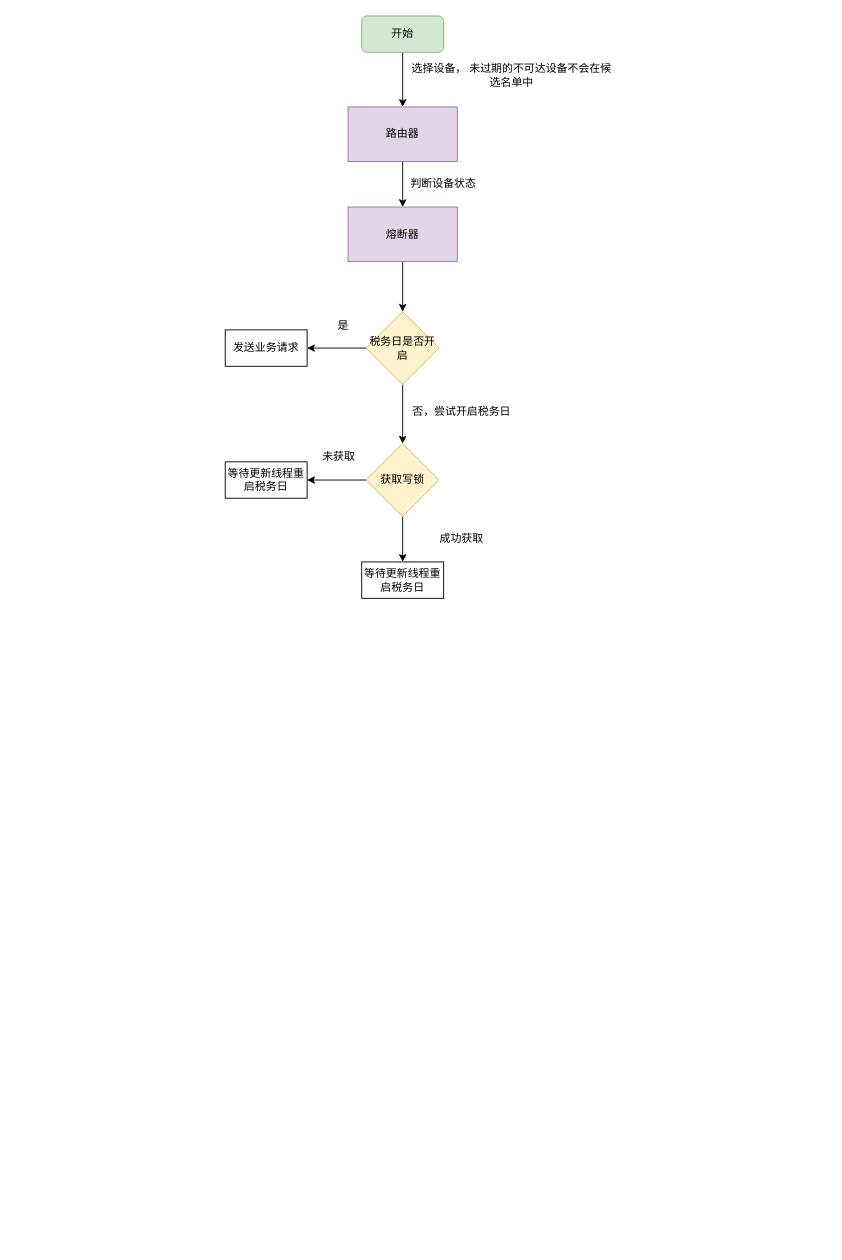
atmrrr/drawio2 keeps this draw.io diagram as 税务合规并发修改流程图.drawio. Above is the earlier version. Source tidied: cells renumbered, new cells numbered last; positions are measured from the earlier drawing's top-left corner, leaving out a move shared by most shapes. Both pictures are drawn from the tidied source at 91%, with x=0, y=0 at pixel (225, 15).
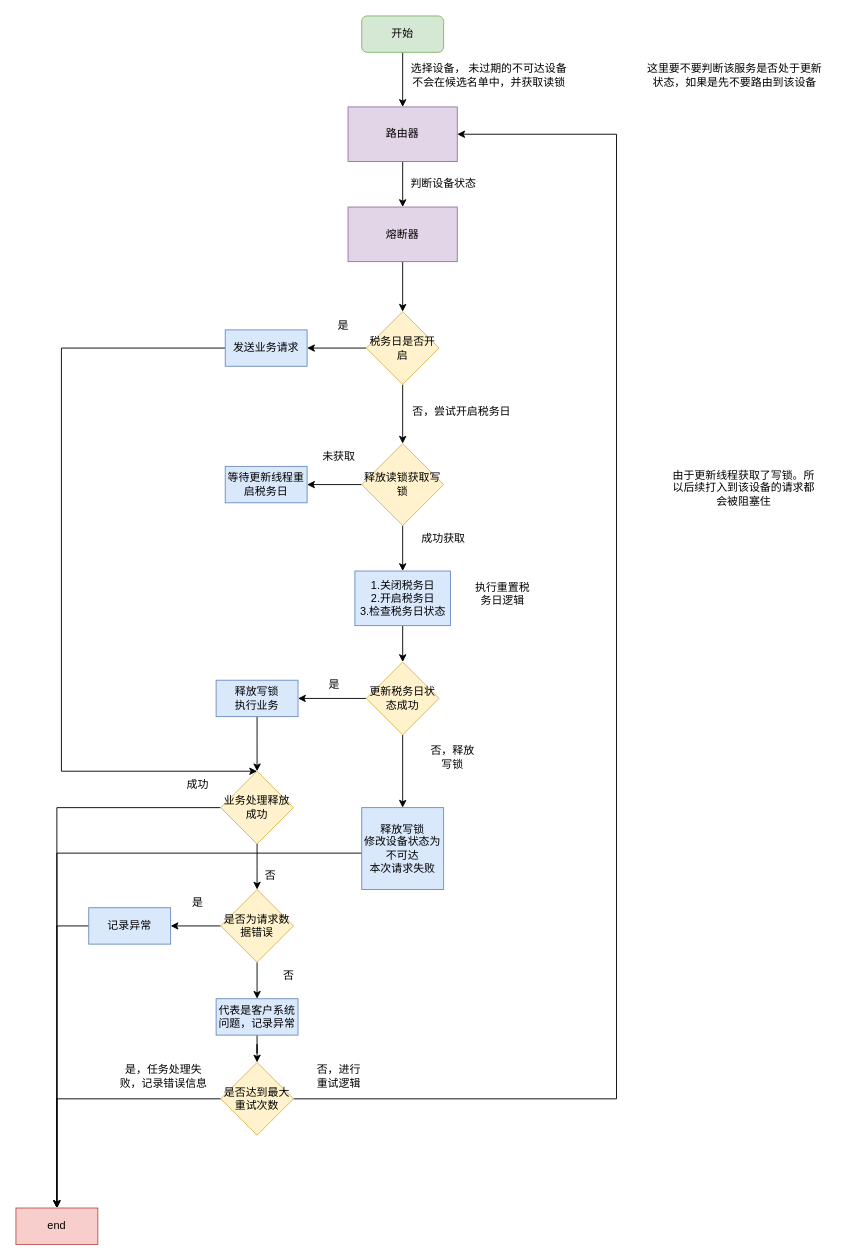
The same page after the edit.

Commit message:
更新税务合规并发修改流程图.drawio

The change refers to these unchanged cells:
```xml
<mxCell id="5" value="路由器" style="rounded=0;whiteSpace=wrap;html=1;fillColor=#e1d5e7;strokeColor=#9673a6;" parent="1" vertex="1">
  <mxGeometry x="135" y="100" width="120" height="60" as="geometry" />
</mxCell>
```

Change to the diagram source:
```diff
@@
-    <mxCell id="6" value="选择设备， 未过期的不可达设备不会在候选名单中" style="text;html=1;whiteSpace=wrap;strokeColor=none;fillColor=none;align=center;verticalAlign=middle;rounded=0;" parent="1" vertex="1">
-      <mxGeometry x="200" y="50" width="230" height="30" as="geometry" />
+    <mxCell id="6" value="选择设备， 未过期的不可达设备不会在候选名单中，并获取读锁" style="text;html=1;whiteSpace=wrap;strokeColor=none;fillColor=none;align=center;verticalAlign=middle;rounded=0;" parent="1" vertex="1">
+      <mxGeometry x="200" y="50" width="180" height="30" as="geometry" />
     </mxCell>
@@
+    <mxCell id="23" style="edgeStyle=orthogonalEdgeStyle;rounded=0;jettySize=auto;html=1;entryX=0.5;entryY=0;entryDx=0;entryDy=0;" parent="1" edge="1" source="14" target="41">
+      <mxGeometry relative="1" as="geometry">
+        <Array as="points">
+          <mxPoint x="-180" y="365" />
+          <mxPoint x="-180" y="830" />
+        </Array>
+      </mxGeometry>
+    </mxCell>
-    <mxCell id="14" value="发送业务请求" style="rounded=0;whiteSpace=wrap;html=1;" parent="1" vertex="1">
+    <mxCell id="14" value="发送业务请求" style="rounded=0;whiteSpace=wrap;html=1;fillColor=#dae8fc;strokeColor=#6c8ebf;" parent="1" vertex="1">
       <mxGeometry y="345" width="90" height="40" as="geometry" />
     </mxCell>
@@
-    <mxCell id="17" style="edgeStyle=orthogonalEdgeStyle;rounded=0;jettySize=auto;html=1;" parent="1" edge="1" source="18" target="21">
-      <mxGeometry relative="1" as="geometry" />
-    </mxCell>
+    <mxCell id="24" style="edgeStyle=orthogonalEdgeStyle;rounded=0;jettySize=auto;html=1;" parent="1" edge="1" source="18" target="26">
+      <mxGeometry relative="1" as="geometry" />
+    </mxCell>
-    <mxCell id="18" value="获取写锁" style="rhombus;whiteSpace=wrap;html=1;shapeInside=1;fillColor=#fff2cc;strokeColor=#d6b656;" parent="1" vertex="1">
-      <mxGeometry x="155" y="470" width="80" height="80" as="geometry" />
+    <mxCell id="18" value="释放读锁获取写锁" style="rhombus;whiteSpace=wrap;html=1;shapeInside=1;fillColor=#fff2cc;strokeColor=#d6b656;" parent="1" vertex="1">
+      <mxGeometry x="150" y="470" width="90" height="90" as="geometry" />
     </mxCell>
-    <mxCell id="19" value="等待更新线程重启税务日" style="rounded=0;whiteSpace=wrap;html=1;" parent="1" vertex="1">
-      <mxGeometry y="490" width="90" height="40" as="geometry" />
+    <mxCell id="19" value="等待更新线程重启税务日" style="rounded=0;whiteSpace=wrap;html=1;fillColor=#dae8fc;strokeColor=#6c8ebf;" parent="1" vertex="1">
+      <mxGeometry y="495" width="90" height="40" as="geometry" />
     </mxCell>
@@
-    <mxCell id="21" value="等待更新线程重启税务日" style="rounded=0;whiteSpace=wrap;html=1;" parent="1" vertex="1">
-      <mxGeometry x="150" y="600" width="90" height="40" as="geometry" />
-    </mxCell>
     <mxCell id="22" value="成功获取" style="text;html=1;whiteSpace=wrap;strokeColor=none;fillColor=none;align=center;verticalAlign=middle;rounded=0;" parent="1" vertex="1">
-      <mxGeometry x="230" y="560" width="60" height="30" as="geometry" />
+      <mxGeometry x="210" y="560" width="60" height="30" as="geometry" />
     </mxCell>
+    <mxCell id="25" style="edgeStyle=orthogonalEdgeStyle;rounded=0;jettySize=auto;html=1;" parent="1" edge="1" source="26" target="32">
+      <mxGeometry relative="1" as="geometry" />
+    </mxCell>
+    <mxCell id="26" value="1.关闭税务日&lt;div&gt;2.开启税务日&lt;/div&gt;&lt;div&gt;3.检查税务日状态&lt;/div&gt;" style="rounded=0;whiteSpace=wrap;html=1;fillColor=#dae8fc;strokeColor=#6c8ebf;" parent="1" vertex="1">
+      <mxGeometry x="142.5" y="610" width="105" height="60" as="geometry" />
+    </mxCell>
+    <mxCell id="27" value="执行重置税务日逻辑" style="text;html=1;whiteSpace=wrap;strokeColor=none;fillColor=none;align=center;verticalAlign=middle;rounded=0;" parent="1" vertex="1">
+      <mxGeometry x="270" y="620" width="70" height="30" as="geometry" />
+    </mxCell>
+    <mxCell id="28" value="由于更新线程获取了写锁。所以后续打入到该设备的请求都会被阻塞住" style="text;html=1;whiteSpace=wrap;strokeColor=none;fillColor=none;align=center;verticalAlign=middle;rounded=0;" parent="1" vertex="1">
+      <mxGeometry x="490" y="495" width="160" height="47.5" as="geometry" />
+    </mxCell>
+    <mxCell id="29" value="这里要不要判断该服务是否处于更新状态，如果是先不要路由到该设备" style="text;html=1;whiteSpace=wrap;strokeColor=none;fillColor=none;align=center;verticalAlign=middle;rounded=0;" parent="1" vertex="1">
+      <mxGeometry x="460" y="50" width="200" height="30" as="geometry" />
+    </mxCell>
+    <mxCell id="30" style="edgeStyle=orthogonalEdgeStyle;rounded=0;jettySize=auto;html=1;" parent="1" edge="1" source="32" target="34">
+      <mxGeometry relative="1" as="geometry" />
+    </mxCell>
+    <mxCell id="31" style="edgeStyle=orthogonalEdgeStyle;rounded=0;jettySize=auto;html=1;" parent="1" edge="1" source="32" target="37">
+      <mxGeometry relative="1" as="geometry" />
+    </mxCell>
+    <mxCell id="32" value="更新税务日状态成功" style="rhombus;whiteSpace=wrap;html=1;shapeInside=1;fillColor=#fff2cc;strokeColor=#d6b656;" parent="1" vertex="1">
+      <mxGeometry x="155" y="710" width="80" height="80" as="geometry" />
+    </mxCell>
+    <mxCell id="33" style="edgeStyle=orthogonalEdgeStyle;rounded=0;jettySize=auto;html=1;" parent="1" edge="1" source="34">
+      <mxGeometry relative="1" as="geometry">
+        <mxPoint x="35" y="830" as="targetPoint" />
+      </mxGeometry>
+    </mxCell>
+    <mxCell id="34" value="释放写锁&lt;div&gt;执行业务&lt;/div&gt;" style="rounded=0;whiteSpace=wrap;html=1;fillColor=#dae8fc;strokeColor=#6c8ebf;" parent="1" vertex="1">
+      <mxGeometry x="-10" y="730" width="90" height="40" as="geometry" />
+    </mxCell>
+    <mxCell id="35" value="是" style="text;html=1;whiteSpace=wrap;strokeColor=none;fillColor=none;align=center;verticalAlign=middle;rounded=0;" parent="1" vertex="1">
+      <mxGeometry x="90" y="720" width="60" height="30" as="geometry" />
+    </mxCell>
+    <mxCell id="36" style="edgeStyle=orthogonalEdgeStyle;rounded=0;jettySize=auto;html=1;entryX=0.5;entryY=0;entryDx=0;entryDy=0;" parent="1" edge="1" source="37" target="50">
+      <mxGeometry relative="1" as="geometry">
+        <Array as="points">
+          <mxPoint x="-185" y="920" />
+        </Array>
+      </mxGeometry>
+    </mxCell>
+    <mxCell id="37" value="释放写锁&lt;div&gt;修改设备状态为不可达&lt;/div&gt;&lt;div&gt;本次请求失败&lt;/div&gt;" style="rounded=0;whiteSpace=wrap;html=1;fillColor=#dae8fc;strokeColor=#6c8ebf;" parent="1" vertex="1">
+      <mxGeometry x="150" y="870" width="90" height="90" as="geometry" />
+    </mxCell>
+    <mxCell id="38" value="否，释放写锁" style="text;html=1;whiteSpace=wrap;strokeColor=none;fillColor=none;align=center;verticalAlign=middle;rounded=0;" parent="1" vertex="1">
+      <mxGeometry x="220" y="800" width="60" height="30" as="geometry" />
+    </mxCell>
+    <mxCell id="39" style="edgeStyle=orthogonalEdgeStyle;rounded=0;jettySize=auto;html=1;entryX=0.5;entryY=0;entryDx=0;entryDy=0;" parent="1" edge="1" source="41" target="50">
+      <mxGeometry relative="1" as="geometry" />
+    </mxCell>
+    <mxCell id="40" style="edgeStyle=orthogonalEdgeStyle;rounded=0;jettySize=auto;html=1;" parent="1" edge="1" source="41">
+      <mxGeometry relative="1" as="geometry">
+        <mxPoint x="35" y="960" as="targetPoint" />
+      </mxGeometry>
+    </mxCell>
+    <mxCell id="41" value="业务处理释放成功" style="rhombus;whiteSpace=wrap;html=1;shapeInside=1;fillColor=#fff2cc;strokeColor=#d6b656;" parent="1" vertex="1">
+      <mxGeometry x="-5" y="830" width="80" height="80" as="geometry" />
+    </mxCell>
+    <mxCell id="42" value="成功" style="text;html=1;whiteSpace=wrap;strokeColor=none;fillColor=none;align=center;verticalAlign=middle;rounded=0;" parent="1" vertex="1">
+      <mxGeometry x="-60" y="830" width="60" height="30" as="geometry" />
+    </mxCell>
+    <mxCell id="43" value="否" style="text;html=1;whiteSpace=wrap;strokeColor=none;fillColor=none;align=center;verticalAlign=middle;rounded=0;" parent="1" vertex="1">
+      <mxGeometry x="20" y="930" width="60" height="30" as="geometry" />
+    </mxCell>
+    <mxCell id="44" style="edgeStyle=orthogonalEdgeStyle;rounded=0;jettySize=auto;html=1;" parent="1" edge="1" source="46" target="48">
+      <mxGeometry relative="1" as="geometry" />
+    </mxCell>
+    <mxCell id="45" style="edgeStyle=orthogonalEdgeStyle;rounded=0;jettySize=auto;html=1;" parent="1" edge="1" source="46" target="52">
+      <mxGeometry relative="1" as="geometry" />
+    </mxCell>
+    <mxCell id="46" value="是否为请求数据错误" style="rhombus;whiteSpace=wrap;html=1;shapeInside=1;fillColor=#fff2cc;strokeColor=#d6b656;" parent="1" vertex="1">
+      <mxGeometry x="-5" y="960" width="80" height="80" as="geometry" />
+    </mxCell>
+    <mxCell id="47" style="edgeStyle=orthogonalEdgeStyle;rounded=0;jettySize=auto;html=1;entryX=0.5;entryY=0;entryDx=0;entryDy=0;" parent="1" edge="1" source="48" target="50">
+      <mxGeometry relative="1" as="geometry">
+        <Array as="points">
+          <mxPoint x="-185" y="1000" />
+        </Array>
+      </mxGeometry>
+    </mxCell>
+    <mxCell id="48" value="记录异常" style="rounded=0;whiteSpace=wrap;html=1;fillColor=#dae8fc;strokeColor=#6c8ebf;" parent="1" vertex="1">
+      <mxGeometry x="-150" y="980" width="90" height="40" as="geometry" />
+    </mxCell>
+    <mxCell id="49" value="是" style="text;html=1;whiteSpace=wrap;strokeColor=none;fillColor=none;align=center;verticalAlign=middle;rounded=0;" parent="1" vertex="1">
+      <mxGeometry x="-60" y="960" width="60" height="30" as="geometry" />
+    </mxCell>
+    <mxCell id="50" value="end" style="rounded=0;whiteSpace=wrap;html=1;fillColor=#f8cecc;strokeColor=#b85450;" parent="1" vertex="1">
+      <mxGeometry x="-230" y="1310" width="90" height="40" as="geometry" />
+    </mxCell>
+    <mxCell id="51" style="edgeStyle=orthogonalEdgeStyle;rounded=0;jettySize=auto;html=1;" parent="1" edge="1" source="52" target="56">
+      <mxGeometry relative="1" as="geometry" />
+    </mxCell>
+    <mxCell id="52" value="代表是客户系统问题，记录异常" style="rounded=0;whiteSpace=wrap;html=1;fillColor=#dae8fc;strokeColor=#6c8ebf;" parent="1" vertex="1">
+      <mxGeometry x="-10" y="1080" width="90" height="40" as="geometry" />
+    </mxCell>
+    <mxCell id="53" value="否" style="text;html=1;whiteSpace=wrap;strokeColor=none;fillColor=none;align=center;verticalAlign=middle;rounded=0;" parent="1" vertex="1">
+      <mxGeometry x="40" y="1040" width="60" height="30" as="geometry" />
+    </mxCell>
+    <mxCell id="54" style="edgeStyle=orthogonalEdgeStyle;rounded=0;jettySize=auto;html=1;entryX=1;entryY=0.5;entryDx=0;entryDy=0;" parent="1" edge="1" source="56" target="5">
+      <mxGeometry relative="1" as="geometry">
+        <Array as="points">
+          <mxPoint x="430" y="1190" />
+          <mxPoint x="430" y="130" />
+        </Array>
+      </mxGeometry>
+    </mxCell>
+    <mxCell id="55" style="edgeStyle=orthogonalEdgeStyle;rounded=0;jettySize=auto;html=1;" parent="1" edge="1" source="56" target="50">
+      <mxGeometry relative="1" as="geometry">
+        <Array as="points">
+          <mxPoint x="-185" y="1190" />
+        </Array>
+      </mxGeometry>
+    </mxCell>
+    <mxCell id="56" value="是否达到最大重试次数" style="rhombus;whiteSpace=wrap;html=1;shapeInside=1;fillColor=#fff2cc;strokeColor=#d6b656;" parent="1" vertex="1">
+      <mxGeometry x="-5" y="1150" width="80" height="80" as="geometry" />
+    </mxCell>
+    <mxCell id="57" value="否，进行重试逻辑" style="text;html=1;whiteSpace=wrap;strokeColor=none;fillColor=none;align=center;verticalAlign=middle;rounded=0;" parent="1" vertex="1">
+      <mxGeometry x="95" y="1150" width="60" height="30" as="geometry" />
+    </mxCell>
+    <mxCell id="58" value="是，任务处理失败，记录错误信息" style="text;html=1;whiteSpace=wrap;strokeColor=none;fillColor=none;align=center;verticalAlign=middle;rounded=0;" parent="1" vertex="1">
+      <mxGeometry x="-120" y="1150" width="105" height="30" as="geometry" />
+    </mxCell>
```
